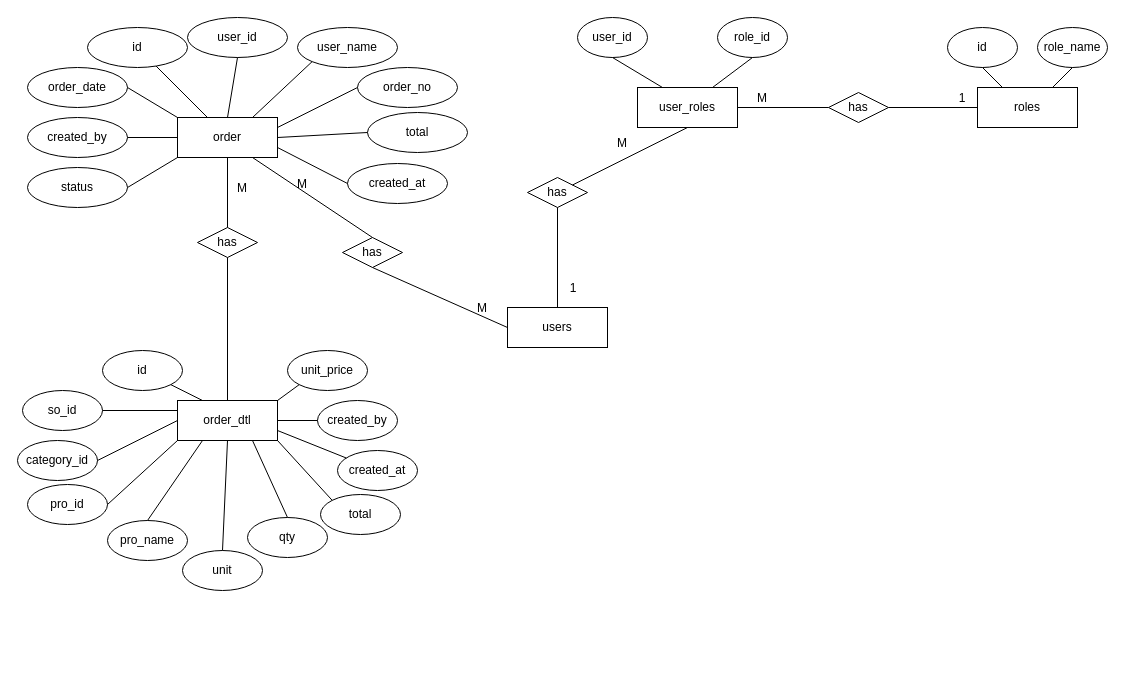
Before: Untitled Diagram.drawio in heanphearom/-img, a draw.io diagram. Source tidied: cells renumbered, new cells numbered last; positions are measured from the earlier drawing's top-left corner, leaving out a move shared by most shapes. Both pictures are drawn from the tidied source at 100%, with x=0, y=0 at pixel (17, 17).
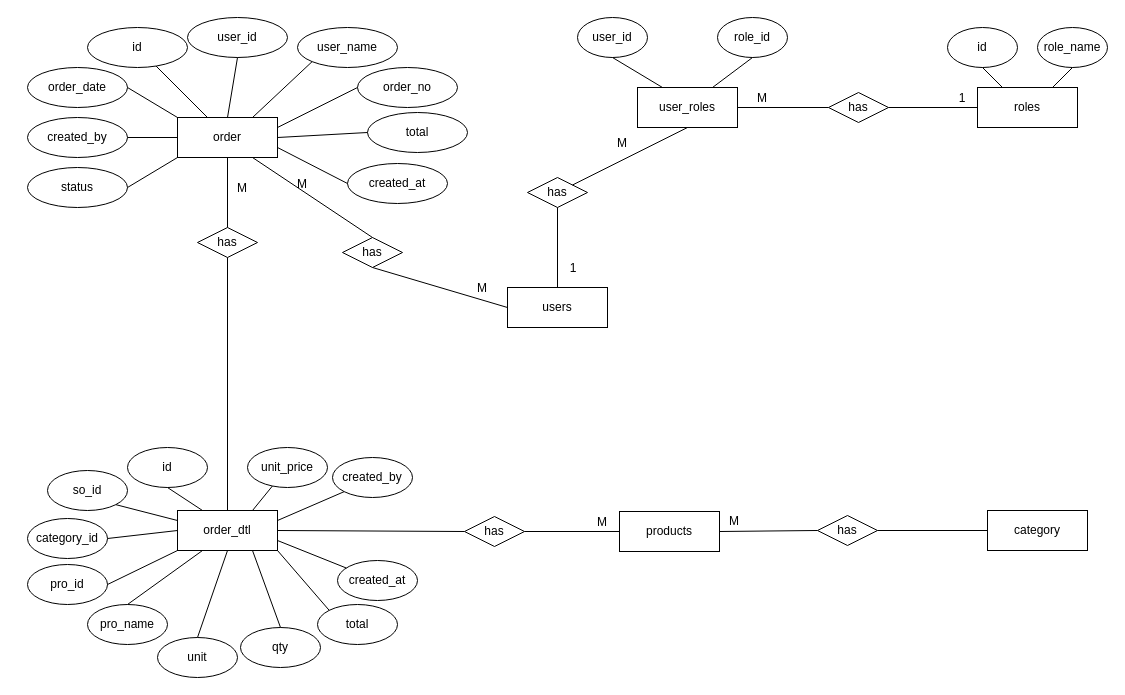
The same page after the edit.

Diff of the diagram source:
```diff
@@
     <mxCell id="21" value="order_dtl" style="whiteSpace=wrap;html=1;align=center;fontSize=12;" parent="1" vertex="1">
-      <mxGeometry x="160" y="383" width="100" height="40" as="geometry" />
+      <mxGeometry x="160" y="493" width="100" height="40" as="geometry" />
     </mxCell>
@@
     <mxCell id="26" value="users" style="whiteSpace=wrap;html=1;align=center;fontSize=12;" parent="1" vertex="1">
-      <mxGeometry x="490" y="290" width="100" height="40" as="geometry" />
+      <mxGeometry x="490" y="270" width="100" height="40" as="geometry" />
     </mxCell>
     <mxCell id="27" value="M" style="text;strokeColor=none;fillColor=none;spacingLeft=4;spacingRight=4;overflow=hidden;fontSize=12;align=center;verticalAlign=middle;" parent="1" vertex="1">
-      <mxGeometry x="450" y="280" width="30" height="20" as="geometry" />
+      <mxGeometry x="450" y="260" width="30" height="20" as="geometry" />
     </mxCell>
@@
     <mxCell id="37" value="1" style="text;strokeColor=none;fillColor=none;spacingLeft=4;spacingRight=4;overflow=hidden;fontSize=12;align=center;verticalAlign=middle;" parent="1" vertex="1">
-      <mxGeometry x="541" y="260" width="30" height="20" as="geometry" />
+      <mxGeometry x="541" y="240" width="30" height="20" as="geometry" />
     </mxCell>
@@
     <mxCell id="52" value="id" style="ellipse;whiteSpace=wrap;html=1;align=center;fontSize=12;" parent="1" vertex="1">
-      <mxGeometry x="85" y="333" width="80" height="40" as="geometry" />
+      <mxGeometry x="110" y="430" width="80" height="40" as="geometry" />
     </mxCell>
     <mxCell id="53" value="qty" style="ellipse;whiteSpace=wrap;html=1;align=center;fontSize=12;" parent="1" vertex="1">
-      <mxGeometry x="230" y="500" width="80" height="40" as="geometry" />
+      <mxGeometry x="223" y="610" width="80" height="40" as="geometry" />
     </mxCell>
     <mxCell id="54" value="so_id" style="ellipse;whiteSpace=wrap;html=1;align=center;fontSize=12;" parent="1" vertex="1">
-      <mxGeometry x="5" y="373" width="80" height="40" as="geometry" />
+      <mxGeometry x="30" y="453" width="80" height="40" as="geometry" />
     </mxCell>
     <mxCell id="55" value="category_id" style="ellipse;whiteSpace=wrap;html=1;align=center;fontSize=12;" parent="1" vertex="1">
-      <mxGeometry y="423" width="80" height="40" as="geometry" />
+      <mxGeometry x="10" y="501" width="80" height="40" as="geometry" />
     </mxCell>
     <mxCell id="56" value="pro_id" style="ellipse;whiteSpace=wrap;html=1;align=center;fontSize=12;" parent="1" vertex="1">
-      <mxGeometry x="10" y="467" width="80" height="40" as="geometry" />
+      <mxGeometry x="10" y="547" width="80" height="40" as="geometry" />
     </mxCell>
     <mxCell id="57" value="pro_name" style="ellipse;whiteSpace=wrap;html=1;align=center;fontSize=12;" parent="1" vertex="1">
-      <mxGeometry x="90" y="503" width="80" height="40" as="geometry" />
+      <mxGeometry x="70" y="587" width="80" height="40" as="geometry" />
     </mxCell>
     <mxCell id="58" value="unit" style="ellipse;whiteSpace=wrap;html=1;align=center;fontSize=12;" parent="1" vertex="1">
-      <mxGeometry x="165" y="533" width="80" height="40" as="geometry" />
+      <mxGeometry x="140" y="620" width="80" height="40" as="geometry" />
     </mxCell>
     <mxCell id="59" value="total" style="ellipse;whiteSpace=wrap;html=1;align=center;fontSize=12;" parent="1" vertex="1">
-      <mxGeometry x="303" y="477" width="80" height="40" as="geometry" />
+      <mxGeometry x="300" y="587" width="80" height="40" as="geometry" />
     </mxCell>
     <mxCell id="60" value="created_at" style="ellipse;whiteSpace=wrap;html=1;align=center;fontSize=12;" parent="1" vertex="1">
-      <mxGeometry x="320" y="433" width="80" height="40" as="geometry" />
+      <mxGeometry x="320" y="543" width="80" height="40" as="geometry" />
     </mxCell>
     <mxCell id="61" value="created_by" style="ellipse;whiteSpace=wrap;html=1;align=center;fontSize=12;" parent="1" vertex="1">
-      <mxGeometry x="300" y="383" width="80" height="40" as="geometry" />
+      <mxGeometry x="315" y="440" width="80" height="40" as="geometry" />
     </mxCell>
     <mxCell id="62" value="unit_price" style="ellipse;whiteSpace=wrap;html=1;align=center;fontSize=12;" parent="1" vertex="1">
-      <mxGeometry x="270" y="333" width="80" height="40" as="geometry" />
+      <mxGeometry x="230" y="430" width="80" height="40" as="geometry" />
     </mxCell>
-    <mxCell id="63" style="endArrow=none;html=1;rounded=0;fontSize=12;strokeWidth=1;exitX=1;exitY=1;exitDx=0;exitDy=0;entryX=0.25;entryY=0;entryDx=0;entryDy=0;" parent="1" edge="1" source="52" target="21">
+    <mxCell id="63" style="endArrow=none;html=1;rounded=0;fontSize=12;strokeWidth=1;exitX=0.5;exitY=1;exitDx=0;exitDy=0;entryX=0.25;entryY=0;entryDx=0;entryDy=0;" parent="1" edge="1" source="52" target="21">
       <mxGeometry relative="1" as="geometry" />
     </mxCell>
-    <mxCell id="64" style="endArrow=none;html=1;rounded=0;fontSize=12;strokeWidth=1;exitX=1;exitY=0.5;exitDx=0;exitDy=0;entryX=0;entryY=0.25;entryDx=0;entryDy=0;" parent="1" edge="1" source="54" target="21">
+    <mxCell id="64" style="endArrow=none;html=1;rounded=0;fontSize=12;strokeWidth=1;exitX=1;exitY=1;exitDx=0;exitDy=0;entryX=0;entryY=0.25;entryDx=0;entryDy=0;" parent="1" edge="1" source="54" target="21">
       <mxGeometry relative="1" as="geometry" />
     </mxCell>
@@
-    <mxCell id="72" style="endArrow=none;html=1;rounded=0;fontSize=12;strokeWidth=1;exitX=1;exitY=0.5;exitDx=0;exitDy=0;entryX=0;entryY=0.5;entryDx=0;entryDy=0;" parent="1" edge="1" source="21" target="61">
+    <mxCell id="72" style="endArrow=none;html=1;rounded=0;fontSize=12;strokeWidth=1;exitX=1;exitY=0.25;exitDx=0;exitDy=0;entryX=0;entryY=1;entryDx=0;entryDy=0;" parent="1" edge="1" source="21" target="61">
       <mxGeometry relative="1" as="geometry" />
     </mxCell>
-    <mxCell id="73" style="endArrow=none;html=1;rounded=0;fontSize=12;strokeWidth=1;exitX=1;exitY=0;exitDx=0;exitDy=0;entryX=0;entryY=1;entryDx=0;entryDy=0;" parent="1" edge="1" source="21" target="62">
+    <mxCell id="73" style="endArrow=none;html=1;rounded=0;fontSize=12;strokeWidth=1;exitX=0.75;exitY=0;exitDx=0;exitDy=0;" parent="1" edge="1" source="21" target="62">
       <mxGeometry relative="1" as="geometry" />
     </mxCell>
+    <mxCell id="74" value="products" style="whiteSpace=wrap;html=1;align=center;fontSize=12;" parent="1" vertex="1">
+      <mxGeometry x="602" y="494" width="100" height="40" as="geometry" />
+    </mxCell>
+    <mxCell id="75" value="has" style="shape=rhombus;perimeter=rhombusPerimeter;whiteSpace=wrap;html=1;align=center;fontSize=12;" parent="1" vertex="1">
+      <mxGeometry x="447" y="499" width="60" height="30" as="geometry" />
+    </mxCell>
+    <mxCell id="76" style="endArrow=none;html=1;rounded=0;fontSize=12;strokeWidth=1;exitX=1;exitY=0.5;exitDx=0;exitDy=0;entryX=0;entryY=0.5;entryDx=0;entryDy=0;" parent="1" edge="1" source="21" target="75">
+      <mxGeometry relative="1" as="geometry" />
+    </mxCell>
+    <mxCell id="77" style="endArrow=none;html=1;rounded=0;fontSize=12;strokeWidth=1;exitX=1;exitY=0.5;exitDx=0;exitDy=0;entryX=0;entryY=0.5;entryDx=0;entryDy=0;" parent="1" edge="1" source="75" target="74">
+      <mxGeometry relative="1" as="geometry" />
+    </mxCell>
+    <mxCell id="78" value="M" style="text;strokeColor=none;fillColor=none;spacingLeft=4;spacingRight=4;overflow=hidden;fontSize=12;align=center;verticalAlign=middle;" parent="1" vertex="1">
+      <mxGeometry x="570" y="494" width="30" height="20" as="geometry" />
+    </mxCell>
+    <mxCell id="79" value="category" style="whiteSpace=wrap;html=1;align=center;fontSize=12;" parent="1" vertex="1">
+      <mxGeometry x="970" y="493" width="100" height="40" as="geometry" />
+    </mxCell>
+    <mxCell id="80" style="endArrow=none;html=1;rounded=0;fontSize=12;strokeWidth=1;exitX=1;exitY=0.5;exitDx=0;exitDy=0;entryX=0;entryY=0.5;entryDx=0;entryDy=0;" parent="1" edge="1" source="74" target="81">
+      <mxGeometry relative="1" as="geometry" />
+    </mxCell>
+    <mxCell id="81" value="has" style="shape=rhombus;perimeter=rhombusPerimeter;whiteSpace=wrap;html=1;align=center;fontSize=12;" parent="1" vertex="1">
+      <mxGeometry x="800" y="498" width="60" height="30" as="geometry" />
+    </mxCell>
+    <mxCell id="82" style="endArrow=none;html=1;rounded=0;fontSize=12;strokeWidth=1;exitX=0;exitY=0.5;exitDx=0;exitDy=0;entryX=1;entryY=0.5;entryDx=0;entryDy=0;" parent="1" edge="1" source="79" target="81">
+      <mxGeometry relative="1" as="geometry" />
+    </mxCell>
+    <mxCell id="83" value="M" style="text;strokeColor=none;fillColor=none;spacingLeft=4;spacingRight=4;overflow=hidden;fontSize=12;align=center;verticalAlign=middle;" parent="1" vertex="1">
+      <mxGeometry x="702" y="493" width="30" height="20" as="geometry" />
+    </mxCell>
```
